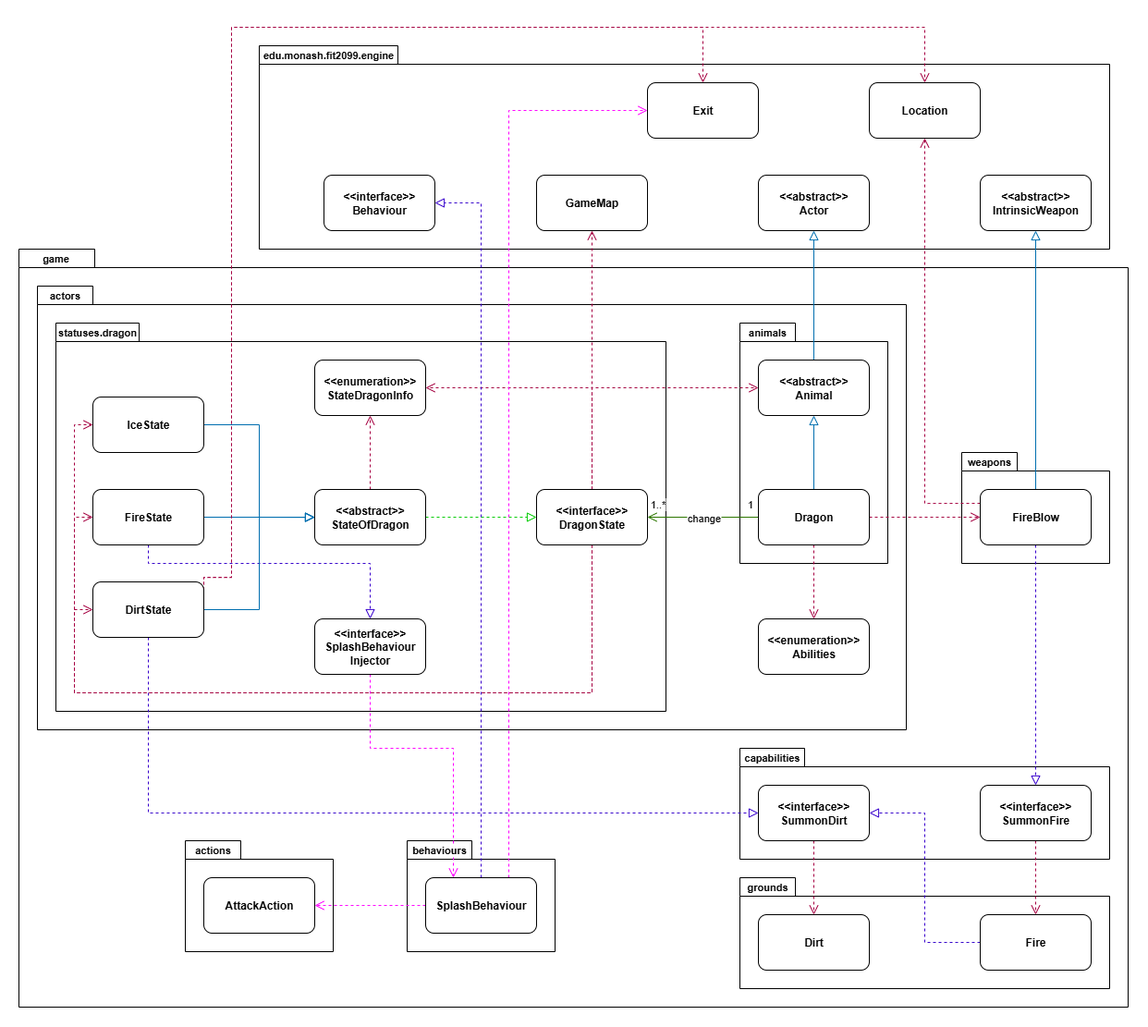
Earlier version of the draw.io export docs/UML/req5-classDiagram.png (MinZY12138/finalA3). Source tidied: cells renumbered, new cells last; positions are measured from the earlier drawing's top-left corner, leaving out a move shared by most shapes.
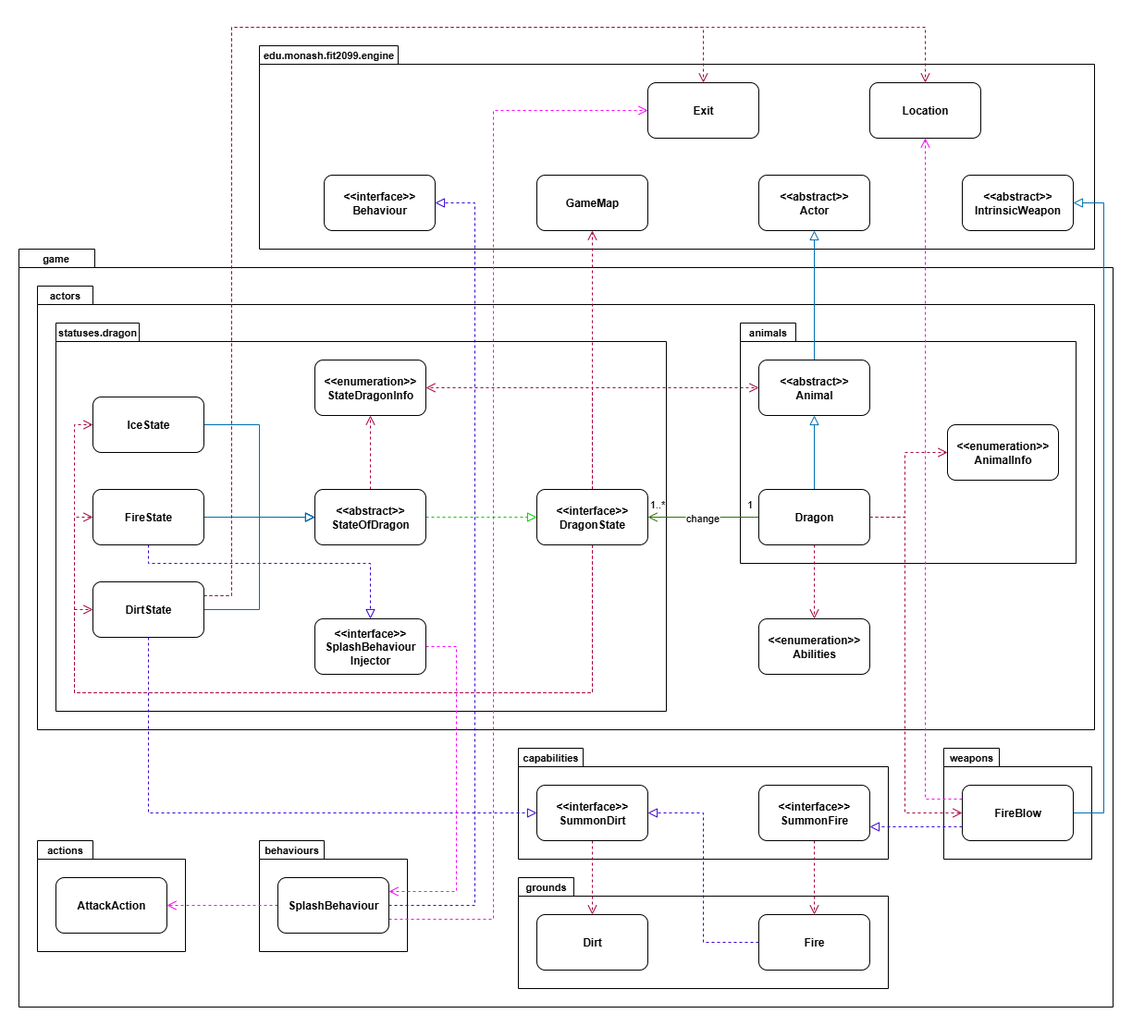
Later version of the same file.

Commit message:
Update UML diagram - Re-update requirement 5 UML diagram

The edit, as a diff of the source:
```diff
@@ -5,21 +5,21 @@
     <mxCell id="2" style="shape=folder;fontStyle=1;tabWidth=60;tabHeight=20;tabPosition=left;html=1;boundedLbl=1;whiteSpace=wrap;fontFamily=Helvetica;fontSize=11;fontColor=default;labelBackgroundColor=default;" parent="1" vertex="1">
-      <mxGeometry y="240" width="1200" height="820" as="geometry" />
+      <mxGeometry y="240" width="1183" height="820" as="geometry" />
     </mxCell>
     <mxCell id="3" style="shape=folder;fontStyle=1;tabWidth=60;tabHeight=20;tabPosition=left;html=1;boundedLbl=1;whiteSpace=wrap;fontFamily=Helvetica;fontSize=11;fontColor=default;labelBackgroundColor=default;" parent="1" vertex="1">
-      <mxGeometry x="180" y="880" width="160" height="120" as="geometry" />
+      <mxGeometry x="20" y="880" width="160" height="120" as="geometry" />
     </mxCell>
     <mxCell id="4" style="shape=folder;fontStyle=1;tabWidth=70;tabHeight=20;tabPosition=left;html=1;boundedLbl=1;whiteSpace=wrap;fontFamily=Helvetica;fontSize=11;fontColor=default;labelBackgroundColor=default;" parent="1" vertex="1">
-      <mxGeometry x="420" y="880" width="160" height="120" as="geometry" />
+      <mxGeometry x="260" y="880" width="160" height="120" as="geometry" />
     </mxCell>
     <mxCell id="5" style="shape=folder;fontStyle=1;tabWidth=60;tabHeight=20;tabPosition=left;html=1;boundedLbl=1;whiteSpace=wrap;fontFamily=Helvetica;fontSize=11;fontColor=default;labelBackgroundColor=default;" parent="1" vertex="1">
-      <mxGeometry x="780" y="920" width="400" height="120" as="geometry" />
+      <mxGeometry x="540" y="920" width="400" height="120" as="geometry" />
     </mxCell>
     <mxCell id="6" style="shape=folder;fontStyle=1;tabWidth=70;tabHeight=20;tabPosition=left;html=1;boundedLbl=1;whiteSpace=wrap;fontFamily=Helvetica;fontSize=11;fontColor=default;labelBackgroundColor=default;" parent="1" vertex="1">
-      <mxGeometry x="780" y="780" width="400" height="120" as="geometry" />
+      <mxGeometry x="540" y="780" width="400" height="120" as="geometry" />
     </mxCell>
     <mxCell id="7" style="shape=folder;fontStyle=1;tabWidth=150;tabHeight=20;tabPosition=left;html=1;boundedLbl=1;whiteSpace=wrap;fontFamily=Helvetica;fontSize=11;fontColor=default;labelBackgroundColor=default;" parent="1" vertex="1">
-      <mxGeometry x="260" y="20" width="920" height="220" as="geometry" />
+      <mxGeometry x="260" y="20" width="903" height="220" as="geometry" />
     </mxCell>
     <mxCell id="8" style="shape=folder;fontStyle=1;tabWidth=60;tabHeight=20;tabPosition=left;html=1;boundedLbl=1;whiteSpace=wrap;fontFamily=Helvetica;fontSize=11;fontColor=default;labelBackgroundColor=default;" parent="1" vertex="1">
-      <mxGeometry x="20" y="280" width="940" height="480" as="geometry" />
+      <mxGeometry x="20" y="280" width="1143" height="480" as="geometry" />
     </mxCell>
@@ -29,6 +29,6 @@
     <mxCell id="10" style="shape=folder;fontStyle=1;tabWidth=60;tabHeight=20;tabPosition=left;html=1;boundedLbl=1;whiteSpace=wrap;fontFamily=Helvetica;fontSize=11;fontColor=default;labelBackgroundColor=default;" parent="1" vertex="1">
-      <mxGeometry x="1020" y="460" width="160" height="120" as="geometry" />
+      <mxGeometry x="1000" y="780" width="160" height="120" as="geometry" />
     </mxCell>
     <mxCell id="11" style="shape=folder;fontStyle=1;tabWidth=60;tabHeight=20;tabPosition=left;html=1;boundedLbl=1;whiteSpace=wrap;fontFamily=Helvetica;fontSize=11;fontColor=default;labelBackgroundColor=default;" parent="1" vertex="1">
-      <mxGeometry x="780" y="320" width="160" height="260" as="geometry" />
+      <mxGeometry x="780" y="320" width="363" height="260" as="geometry" />
     </mxCell>
@@ -93,3 +93,8 @@
     <mxCell id="24" style="edgeStyle=orthogonalEdgeStyle;shape=connector;rounded=0;jettySize=auto;html=1;exitX=1;exitY=0.5;exitDx=0;exitDy=0;entryX=0;entryY=0.5;entryDx=0;entryDy=0;dashed=1;strokeColor=#A50040;align=center;verticalAlign=middle;fontFamily=Helvetica;fontSize=11;fontColor=default;labelBackgroundColor=default;endArrow=open;endFill=0;endSize=8;fillColor=#d80073;" parent="1" edge="1" source="26" target="48">
-      <mxGeometry relative="1" as="geometry" />
+      <mxGeometry relative="1" as="geometry">
+        <Array as="points">
+          <mxPoint x="958" y="530" />
+          <mxPoint x="958" y="850" />
+        </Array>
+      </mxGeometry>
     </mxCell>
@@ -98,2 +103,10 @@
     </mxCell>
+    <mxCell id="78" style="edgeStyle=orthogonalEdgeStyle;shape=connector;rounded=0;jettySize=auto;html=1;exitX=1;exitY=0.5;exitDx=0;exitDy=0;entryX=0;entryY=0.5;entryDx=0;entryDy=0;dashed=1;strokeColor=#A50040;align=center;verticalAlign=middle;fontFamily=Helvetica;fontSize=11;fontColor=default;labelBackgroundColor=default;endArrow=open;endFill=0;endSize=8;fillColor=#d80073;" parent="1" edge="1" source="26" target="79">
+      <mxGeometry relative="1" as="geometry">
+        <Array as="points">
+          <mxPoint x="958" y="530" />
+          <mxPoint x="958" y="460" />
+        </Array>
+      </mxGeometry>
+    </mxCell>
     <mxCell id="26" value="&lt;b&gt;Dragon&lt;/b&gt;" style="rounded=1;whiteSpace=wrap;html=1;" parent="1" vertex="1">
@@ -147,3 +160,3 @@
         <Array as="points">
-          <mxPoint x="230" y="595" />
+          <mxPoint x="230" y="615" />
           <mxPoint x="230" />
@@ -156,3 +169,3 @@
         <Array as="points">
-          <mxPoint x="230" y="595" />
+          <mxPoint x="230" y="615" />
           <mxPoint x="230" />
@@ -174,16 +187,21 @@
     </mxCell>
-    <mxCell id="45" style="edgeStyle=orthogonalEdgeStyle;shape=connector;rounded=0;jettySize=auto;html=1;exitX=0.5;exitY=0;exitDx=0;exitDy=0;entryX=0.5;entryY=1;entryDx=0;entryDy=0;strokeColor=#006EAF;align=center;verticalAlign=middle;fontFamily=Helvetica;fontSize=11;fontColor=default;labelBackgroundColor=default;endArrow=block;endFill=0;endSize=8;fillColor=#1ba1e2;" parent="1" edge="1" source="48" target="49">
-      <mxGeometry relative="1" as="geometry" />
-    </mxCell>
-    <mxCell id="46" style="edgeStyle=orthogonalEdgeStyle;shape=connector;rounded=0;jettySize=auto;html=1;exitX=0;exitY=0.25;exitDx=0;exitDy=0;entryX=0.5;entryY=1;entryDx=0;entryDy=0;dashed=1;strokeColor=#A50040;align=center;verticalAlign=middle;fontFamily=Helvetica;fontSize=11;fontColor=default;labelBackgroundColor=default;endArrow=open;endFill=0;endSize=8;fillColor=#d80073;" parent="1" edge="1" source="48" target="52">
+    <mxCell id="46" style="edgeStyle=orthogonalEdgeStyle;shape=connector;rounded=0;jettySize=auto;html=1;exitX=0;exitY=0.25;exitDx=0;exitDy=0;entryX=0.5;entryY=1;entryDx=0;entryDy=0;dashed=1;strokeColor=#FF00FF;align=center;verticalAlign=middle;fontFamily=Helvetica;fontSize=11;fontColor=default;labelBackgroundColor=default;endArrow=open;endFill=0;endSize=8;fillColor=#d80073;" parent="1" edge="1" source="48" target="52">
       <mxGeometry relative="1" as="geometry" />
     </mxCell>
-    <mxCell id="47" style="edgeStyle=orthogonalEdgeStyle;shape=connector;rounded=0;jettySize=auto;html=1;exitX=0.5;exitY=1;exitDx=0;exitDy=0;entryX=0.5;entryY=0;entryDx=0;entryDy=0;dashed=1;strokeColor=#3700CC;align=center;verticalAlign=middle;fontFamily=Helvetica;fontSize=11;fontColor=default;labelBackgroundColor=default;endArrow=block;endFill=0;endSize=8;fillColor=#6a00ff;" parent="1" edge="1" source="48" target="51">
+    <mxCell id="47" style="edgeStyle=orthogonalEdgeStyle;shape=connector;rounded=0;jettySize=auto;html=1;exitX=0;exitY=0.75;exitDx=0;exitDy=0;entryX=1;entryY=0.75;entryDx=0;entryDy=0;dashed=1;strokeColor=#3700CC;align=center;verticalAlign=middle;fontFamily=Helvetica;fontSize=11;fontColor=default;labelBackgroundColor=default;endArrow=block;endFill=0;endSize=8;fillColor=#6a00ff;" parent="1" edge="1" source="48" target="51">
       <mxGeometry relative="1" as="geometry" />
     </mxCell>
+    <mxCell id="45" style="edgeStyle=orthogonalEdgeStyle;shape=connector;rounded=0;jettySize=auto;html=1;exitX=1;exitY=0.5;exitDx=0;exitDy=0;entryX=1;entryY=0.5;entryDx=0;entryDy=0;strokeColor=#006EAF;align=center;verticalAlign=middle;fontFamily=Helvetica;fontSize=11;fontColor=default;labelBackgroundColor=default;endArrow=block;endFill=0;endSize=8;fillColor=#1ba1e2;" parent="1" edge="1" source="48" target="49">
+      <mxGeometry relative="1" as="geometry">
+        <Array as="points">
+          <mxPoint x="1173" y="850" />
+          <mxPoint x="1173" y="190" />
+        </Array>
+      </mxGeometry>
+    </mxCell>
     <mxCell id="48" value="&lt;b&gt;FireBlow&lt;/b&gt;" style="rounded=1;whiteSpace=wrap;html=1;" parent="1" vertex="1">
-      <mxGeometry x="1040" y="500" width="120" height="60" as="geometry" />
+      <mxGeometry x="1020" y="820" width="120" height="60" as="geometry" />
     </mxCell>
     <mxCell id="49" value="&lt;div&gt;&lt;b&gt;&amp;lt;&amp;lt;abstract&amp;gt;&amp;gt;&lt;/b&gt;&lt;/div&gt;&lt;b&gt;IntrinsicWeapon&lt;/b&gt;" style="rounded=1;whiteSpace=wrap;html=1;" parent="1" vertex="1">
-      <mxGeometry x="1040" y="160" width="120" height="60" as="geometry" />
+      <mxGeometry x="1020" y="160" width="120" height="60" as="geometry" />
     </mxCell>
@@ -193,3 +211,3 @@
     <mxCell id="51" value="&lt;b&gt;&amp;lt;&amp;lt;interface&amp;gt;&amp;gt;&lt;br&gt;SummonFire&lt;/b&gt;" style="rounded=1;whiteSpace=wrap;html=1;" parent="1" vertex="1">
-      <mxGeometry x="1040" y="820" width="120" height="60" as="geometry" />
+      <mxGeometry x="800" y="820" width="120" height="60" as="geometry" />
     </mxCell>
@@ -205,6 +223,6 @@
     <mxCell id="55" value="&lt;b&gt;&amp;lt;&amp;lt;interface&amp;gt;&amp;gt;&lt;/b&gt;&lt;div&gt;&lt;b&gt;SummonDirt&lt;/b&gt;&lt;/div&gt;" style="rounded=1;whiteSpace=wrap;html=1;" parent="1" vertex="1">
-      <mxGeometry x="800" y="820" width="120" height="60" as="geometry" />
+      <mxGeometry x="560" y="820" width="120" height="60" as="geometry" />
     </mxCell>
     <mxCell id="56" value="&lt;b&gt;Dirt&lt;/b&gt;" style="rounded=1;whiteSpace=wrap;html=1;" parent="1" vertex="1">
-      <mxGeometry x="800" y="960" width="120" height="60" as="geometry" />
+      <mxGeometry x="560" y="960" width="120" height="60" as="geometry" />
     </mxCell>
@@ -214,3 +232,3 @@
     <mxCell id="58" value="&lt;b&gt;Fire&lt;/b&gt;" style="rounded=1;whiteSpace=wrap;html=1;" parent="1" vertex="1">
-      <mxGeometry x="1040" y="960" width="120" height="60" as="geometry" />
+      <mxGeometry x="800" y="960" width="120" height="60" as="geometry" />
     </mxCell>
@@ -219,7 +237,7 @@
     </mxCell>
-    <mxCell id="60" style="edgeStyle=orthogonalEdgeStyle;shape=connector;rounded=0;jettySize=auto;html=1;exitX=0.5;exitY=1;exitDx=0;exitDy=0;dashed=1;strokeColor=#FF00FF;align=center;verticalAlign=middle;fontFamily=Helvetica;fontSize=11;fontColor=default;labelBackgroundColor=default;endArrow=open;endFill=0;endSize=8;fillColor=#d80073;entryX=0.25;entryY=0;entryDx=0;entryDy=0;" parent="1" edge="1" source="61" target="65">
+    <mxCell id="60" style="edgeStyle=orthogonalEdgeStyle;shape=connector;rounded=0;jettySize=auto;html=1;exitX=1;exitY=0.5;exitDx=0;exitDy=0;entryX=1;entryY=0.25;entryDx=0;entryDy=0;dashed=1;strokeColor=#FF00FF;align=center;verticalAlign=middle;fontFamily=Helvetica;fontSize=11;fontColor=default;labelBackgroundColor=default;endArrow=open;endFill=0;endSize=8;fillColor=#d80073;" parent="1" edge="1" source="61" target="65">
       <mxGeometry relative="1" as="geometry">
         <Array as="points">
-          <mxPoint x="380" y="780" />
-          <mxPoint x="470" y="780" />
+          <mxPoint x="473" y="670" />
+          <mxPoint x="473" y="935" />
         </Array>
@@ -230,13 +248,23 @@
     </mxCell>
-    <mxCell id="62" style="edgeStyle=orthogonalEdgeStyle;shape=connector;rounded=0;jettySize=auto;html=1;exitX=0.5;exitY=0;exitDx=0;exitDy=0;entryX=1;entryY=0.5;entryDx=0;entryDy=0;dashed=1;strokeColor=#3700CC;align=center;verticalAlign=middle;fontFamily=Helvetica;fontSize=11;fontColor=default;labelBackgroundColor=default;endArrow=block;endFill=0;endSize=8;fillColor=#6a00ff;" parent="1" edge="1" source="65" target="66">
-      <mxGeometry relative="1" as="geometry" />
+    <mxCell id="62" style="edgeStyle=orthogonalEdgeStyle;shape=connector;rounded=0;jettySize=auto;html=1;exitX=1;exitY=0.5;exitDx=0;exitDy=0;entryX=1;entryY=0.5;entryDx=0;entryDy=0;dashed=1;strokeColor=#3700CC;align=center;verticalAlign=middle;fontFamily=Helvetica;fontSize=11;fontColor=default;labelBackgroundColor=default;endArrow=block;endFill=0;endSize=8;fillColor=#6a00ff;" parent="1" edge="1" source="65" target="66">
+      <mxGeometry relative="1" as="geometry">
+        <Array as="points">
+          <mxPoint x="493" y="950" />
+          <mxPoint x="493" y="190" />
+        </Array>
+      </mxGeometry>
     </mxCell>
+    <mxCell id="64" style="edgeStyle=orthogonalEdgeStyle;shape=connector;rounded=0;jettySize=auto;html=1;exitX=0;exitY=0.5;exitDx=0;exitDy=0;dashed=1;strokeColor=#FF00FF;align=center;verticalAlign=middle;fontFamily=Helvetica;fontSize=11;fontColor=default;labelBackgroundColor=default;endArrow=open;endFill=0;endSize=8;fillColor=#d80073;entryX=1;entryY=0.5;entryDx=0;entryDy=0;" parent="1" edge="1" source="65" target="67">
+      <mxGeometry relative="1" as="geometry" />
+    </mxCell>
-    <mxCell id="63" style="edgeStyle=orthogonalEdgeStyle;shape=connector;rounded=0;jettySize=auto;html=1;exitX=0.75;exitY=0;exitDx=0;exitDy=0;entryX=0;entryY=0.5;entryDx=0;entryDy=0;dashed=1;strokeColor=#FF00FF;align=center;verticalAlign=middle;fontFamily=Helvetica;fontSize=11;fontColor=default;labelBackgroundColor=default;endArrow=open;endFill=0;endSize=8;fillColor=#d80073;" parent="1" edge="1" source="65" target="59">
-      <mxGeometry relative="1" as="geometry" />
+    <mxCell id="63" style="edgeStyle=orthogonalEdgeStyle;shape=connector;rounded=0;jettySize=auto;html=1;exitX=1;exitY=0.75;exitDx=0;exitDy=0;entryX=0;entryY=0.5;entryDx=0;entryDy=0;dashed=1;strokeColor=#FF00FF;align=center;verticalAlign=middle;fontFamily=Helvetica;fontSize=11;fontColor=default;labelBackgroundColor=default;endArrow=open;endFill=0;endSize=8;fillColor=#d80073;" parent="1" edge="1" source="65" target="59">
+      <mxGeometry relative="1" as="geometry">
+        <Array as="points">
+          <mxPoint x="513" y="965" />
+          <mxPoint x="513" y="90" />
+        </Array>
+      </mxGeometry>
     </mxCell>
-    <mxCell id="64" style="edgeStyle=orthogonalEdgeStyle;shape=connector;rounded=0;jettySize=auto;html=1;exitX=0;exitY=0.5;exitDx=0;exitDy=0;dashed=1;strokeColor=#FF00FF;align=center;verticalAlign=middle;fontFamily=Helvetica;fontSize=11;fontColor=default;labelBackgroundColor=default;endArrow=open;endFill=0;endSize=8;fillColor=#d80073;entryX=1;entryY=0.5;entryDx=0;entryDy=0;" parent="1" edge="1" source="65" target="67">
-      <mxGeometry relative="1" as="geometry" />
-    </mxCell>
     <mxCell id="65" value="&lt;b&gt;SplashBehaviour&lt;/b&gt;" style="rounded=1;whiteSpace=wrap;html=1;" parent="1" vertex="1">
-      <mxGeometry x="440" y="920" width="120" height="60" as="geometry" />
+      <mxGeometry x="280" y="920" width="120" height="60" as="geometry" />
     </mxCell>
@@ -246,3 +274,3 @@
     <mxCell id="67" value="&lt;b&gt;AttackAction&lt;/b&gt;" style="rounded=1;whiteSpace=wrap;html=1;" parent="1" vertex="1">
-      <mxGeometry x="200" y="920" width="120" height="60" as="geometry" />
+      <mxGeometry x="40" y="920" width="120" height="60" as="geometry" />
     </mxCell>
@@ -258,15 +286,15 @@
     <mxCell id="71" value="&lt;b&gt;weapons&lt;/b&gt;" style="text;html=1;align=center;verticalAlign=middle;whiteSpace=wrap;rounded=0;fontFamily=Helvetica;fontSize=11;fontColor=default;labelBackgroundColor=default;" parent="1" vertex="1">
-      <mxGeometry x="1020" y="460" width="60" height="20" as="geometry" />
+      <mxGeometry x="1000" y="780" width="60" height="20" as="geometry" />
     </mxCell>
     <mxCell id="72" value="&lt;b&gt;capabilities&lt;/b&gt;" style="text;html=1;align=center;verticalAlign=middle;whiteSpace=wrap;rounded=0;fontFamily=Helvetica;fontSize=11;fontColor=default;labelBackgroundColor=default;" parent="1" vertex="1">
-      <mxGeometry x="780" y="780" width="70" height="20" as="geometry" />
+      <mxGeometry x="540" y="780" width="70" height="20" as="geometry" />
     </mxCell>
     <mxCell id="73" value="&lt;b&gt;grounds&lt;/b&gt;" style="text;html=1;align=center;verticalAlign=middle;whiteSpace=wrap;rounded=0;fontFamily=Helvetica;fontSize=11;fontColor=default;labelBackgroundColor=default;" parent="1" vertex="1">
-      <mxGeometry x="780" y="920" width="60" height="20" as="geometry" />
+      <mxGeometry x="540" y="920" width="60" height="20" as="geometry" />
     </mxCell>
     <mxCell id="74" value="&lt;b&gt;behaviours&lt;/b&gt;" style="text;html=1;align=center;verticalAlign=middle;whiteSpace=wrap;rounded=0;fontFamily=Helvetica;fontSize=11;fontColor=default;labelBackgroundColor=default;" parent="1" vertex="1">
-      <mxGeometry x="420" y="880" width="70" height="20" as="geometry" />
+      <mxGeometry x="260" y="880" width="70" height="20" as="geometry" />
     </mxCell>
     <mxCell id="75" value="&lt;b&gt;actions&lt;/b&gt;" style="text;html=1;align=center;verticalAlign=middle;whiteSpace=wrap;rounded=0;fontFamily=Helvetica;fontSize=11;fontColor=default;labelBackgroundColor=default;" parent="1" vertex="1">
-      <mxGeometry x="180" y="880" width="60" height="20" as="geometry" />
+      <mxGeometry x="20" y="880" width="60" height="20" as="geometry" />
     </mxCell>
@@ -278,2 +306,5 @@
     </mxCell>
+    <mxCell id="79" value="&lt;b&gt;&amp;lt;&amp;lt;enumeration&amp;gt;&amp;gt;&lt;/b&gt;&lt;div&gt;&lt;b&gt;AnimalInfo&lt;/b&gt;&lt;/div&gt;" style="rounded=1;whiteSpace=wrap;html=1;" parent="1" vertex="1">
+      <mxGeometry x="1004" y="430" width="120" height="60" as="geometry" />
+    </mxCell>
   </root>
```
